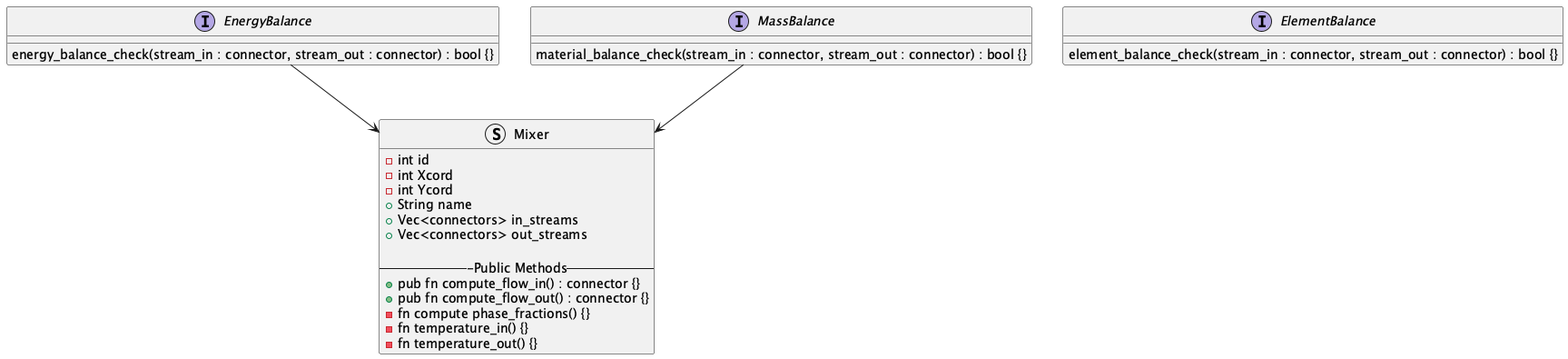
The PlantUML diagram blocks-module/Blocks_Module_Class_Diagram.png in OSCPS-Project/OSCPS-UML, before a commit. Its diagram source:
```plantuml
@startuml Blocks_Module_Class_Diagram

Interface EnergyBalance {
  energy_balance_check(stream_in : connector, stream_out : connector) : bool {}
}

Interface MassBalance {
  material_balance_check(stream_in : connector, stream_out : connector) : bool {}
}


Interface ElementBalance {
  element_balance_check(stream_in : connector, stream_out : connector) : bool {}
}





Struct Mixer {
  - int id
  - int Xcord
  - int Ycord
  + String name
  + Vec<connectors> in_streams
  + Vec<connectors> out_streams

  ---Public Methods--
  + pub fn compute_flow_in() : connector {}
  + pub fn compute_flow_out() : connector {}
  - fn compute phase_fractions() {}
  - fn temperature_in() {}
  - fn temperature_out() {}
}

EnergyBalance --> Mixer
MassBalance --> Mixer


@enduml
```
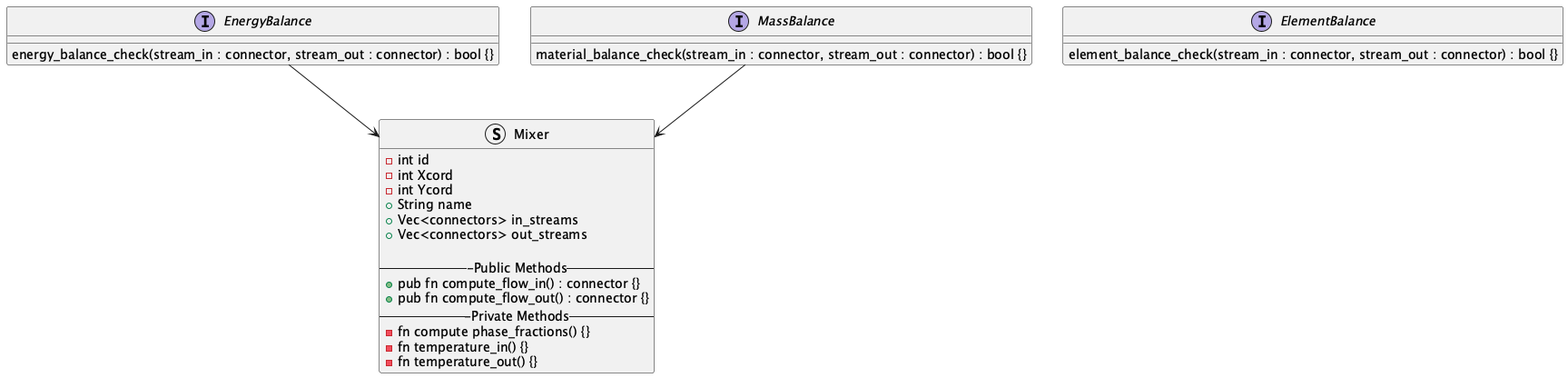
The same file after the commit.

Change to the diagram source:
```diff
@@ -28,6 +28,7 @@
   ---Public Methods--
   + pub fn compute_flow_in() : connector {}
   + pub fn compute_flow_out() : connector {}
+  ---Private Methods--
   - fn compute phase_fractions() {}
   - fn temperature_in() {}
   - fn temperature_out() {}
```
